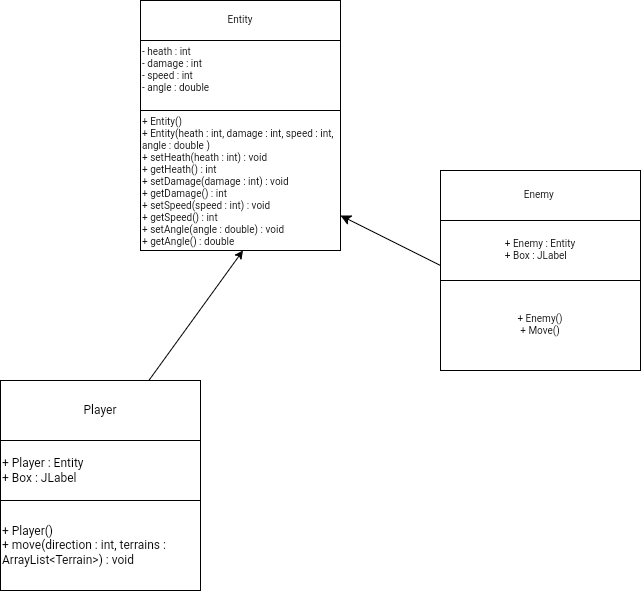
Anh39/Bomberman keeps this draw.io diagram as Guides/Class Diagram.drawio.png. Above is the earlier version. Source tidied: cells renumbered, new cells last; positions are measured from the earlier drawing's top-left corner, leaving out a move shared by most shapes.
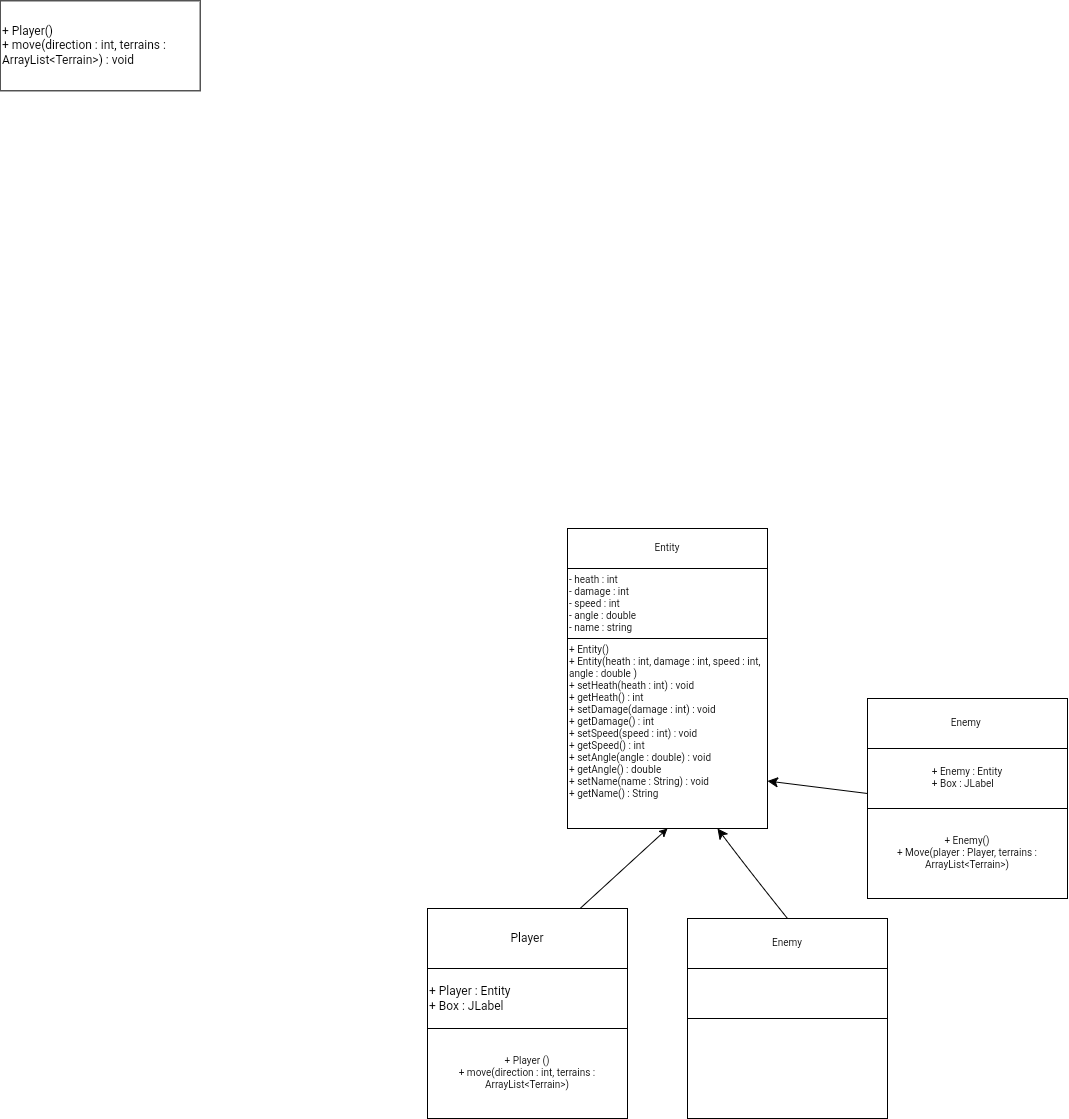
Later version of the same file.

The edit, as a diff of the source:
```diff
@@ -2,18 +2,17 @@
   <root>
     <mxCell id="0" />
     <mxCell id="1" parent="0" />
+    <mxCell id="4" style="rounded=0;whiteSpace=wrap;html=1;" parent="1" vertex="1">
+      <mxGeometry y="380" width="200" height="210" as="geometry" />
+    </mxCell>
     <mxCell id="2" style="rounded=0;whiteSpace=wrap;html=1;" parent="1" vertex="1">
       <mxGeometry x="440" y="170" width="200" height="200" as="geometry" />
     </mxCell>
-    <mxCell id="3" style="endArrow=classic;html=1;rounded=0;exitX=0.5;exitY=0;exitDx=0;exitDy=0;entryX=0.49;entryY=1.01;entryDx=0;entryDy=0;entryPerimeter=0;" parent="1" edge="1">
+    <mxCell id="3" style="endArrow=classic;html=1;rounded=0;exitX=0.5;exitY=0;exitDx=0;exitDy=0;entryX=0.5;entryY=1;entryDx=0;entryDy=0;" parent="1" edge="1" target="10">
       <mxGeometry relative="1" as="geometry">
         <mxPoint x="140" y="391.5" as="sourcePoint" />
-        <mxPoint x="242.5" y="250" as="targetPoint" />
       </mxGeometry>
     </mxCell>
-    <mxCell id="4" style="rounded=0;whiteSpace=wrap;html=1;" parent="1" vertex="1">
-      <mxGeometry y="400" width="200" height="190" as="geometry" />
-    </mxCell>
     <mxCell id="5" value="Player" style="rounded=0;whiteSpace=wrap;html=1;" parent="1" vertex="1">
       <mxGeometry y="380" width="200" height="60" as="geometry" />
     </mxCell>
@@ -21,7 +20,7 @@
       <mxGeometry y="440" width="200" height="60" as="geometry" />
     </mxCell>
     <mxCell id="7" value="+ Player()&lt;br&gt;+ move(direction : int, terrains : ArrayList&amp;lt;Terrain&amp;gt;) : void" style="rounded=0;whiteSpace=wrap;html=1;align=left;" parent="1" vertex="1">
-      <mxGeometry y="500" width="200" height="90" as="geometry" />
+      <mxGeometry x="-427.3" y="-527.7" width="200" height="90" as="geometry" />
     </mxCell>
     <mxCell id="8" style="rounded=0;whiteSpace=wrap;html=1;fontSize=10;" parent="1" vertex="1">
       <mxGeometry x="140" width="200" height="250" as="geometry" />
@@ -29,23 +28,45 @@
     <mxCell id="9" value="Entity" style="rounded=0;whiteSpace=wrap;html=1;fontSize=10;" parent="1" vertex="1">
       <mxGeometry x="140" width="200" height="40" as="geometry" />
     </mxCell>
-    <mxCell id="10" value="+ Entity()&lt;br&gt;+ Entity(heath : int, damage : int, speed : int, angle : double )&lt;br&gt;+ setHeath(heath : int) : void&lt;br&gt;+ getHeath() : int&lt;br&gt;+ setDamage(damage : int) : void&lt;br&gt;+ getDamage() : int&lt;br&gt;+ setSpeed(speed : int) : void&lt;br&gt;+ getSpeed() : int&lt;br&gt;+ setAngle(angle : double) : void&lt;br&gt;+ getAngle() : double&amp;nbsp;&lt;br&gt;&lt;div style=&quot;&quot;&gt;&lt;br&gt;&lt;/div&gt;" style="rounded=0;whiteSpace=wrap;html=1;fontSize=10;align=left;verticalAlign=top;" parent="1" vertex="1">
-      <mxGeometry x="140" y="110" width="200" height="140" as="geometry" />
+    <mxCell id="10" value="+ Entity()&lt;br&gt;+ Entity(heath : int, damage : int, speed : int, angle : double )&lt;br&gt;+ setHeath(heath : int) : void&lt;br&gt;+ getHeath() : int&lt;br&gt;+ setDamage(damage : int) : void&lt;br&gt;+ getDamage() : int&lt;br&gt;+ setSpeed(speed : int) : void&lt;br&gt;+ getSpeed() : int&lt;br&gt;+ setAngle(angle : double) : void&lt;br&gt;+ getAngle() : double&amp;nbsp;&lt;br&gt;+ setName(name : String) : void&lt;br&gt;+ getName() : String&lt;br&gt;&lt;div style=&quot;&quot;&gt;&lt;br&gt;&lt;/div&gt;" style="rounded=0;whiteSpace=wrap;html=1;fontSize=10;align=left;verticalAlign=top;" parent="1" vertex="1">
+      <mxGeometry x="140" y="110" width="200" height="190" as="geometry" />
     </mxCell>
-    <mxCell id="11" value="- heath : int&lt;br&gt;- damage : int&lt;br&gt;- speed : int&lt;br&gt;&lt;div style=&quot;&quot;&gt;&lt;span style=&quot;background-color: initial;&quot;&gt;- angle : double&amp;nbsp;&lt;/span&gt;&lt;/div&gt;" style="rounded=0;whiteSpace=wrap;html=1;fontSize=10;align=left;verticalAlign=top;" parent="1" vertex="1">
+    <mxCell id="11" value="- heath : int&lt;br&gt;- damage : int&lt;br&gt;- speed : int&lt;br&gt;&lt;div style=&quot;&quot;&gt;&lt;span style=&quot;background-color: initial;&quot;&gt;- angle : double&lt;/span&gt;&lt;/div&gt;&lt;div style=&quot;&quot;&gt;&lt;span style=&quot;background-color: initial;&quot;&gt;- name : string&lt;/span&gt;&lt;/div&gt;&lt;div style=&quot;&quot;&gt;&lt;span style=&quot;background-color: initial;&quot;&gt;&amp;nbsp;&lt;/span&gt;&lt;/div&gt;" style="rounded=0;whiteSpace=wrap;html=1;fontSize=10;align=left;verticalAlign=top;" parent="1" vertex="1">
       <mxGeometry x="140" y="40" width="200" height="70" as="geometry" />
     </mxCell>
     <mxCell id="12" value="+ Enemy : Entity&lt;br&gt;&lt;div style=&quot;text-align: left;&quot;&gt;&lt;span style=&quot;background-color: initial;&quot;&gt;+ Box : JLabel&lt;/span&gt;&lt;/div&gt;" style="rounded=0;whiteSpace=wrap;html=1;fontSize=10;" parent="1" vertex="1">
       <mxGeometry x="440" y="220" width="200" height="60" as="geometry" />
     </mxCell>
-    <mxCell id="13" value="+ Enemy()&lt;br&gt;+ Move()" style="rounded=0;whiteSpace=wrap;html=1;fontSize=10;" parent="1" vertex="1">
-      <mxGeometry x="440" y="280" width="200" height="90" as="geometry" />
-    </mxCell>
     <mxCell id="14" style="endArrow=classic;html=1;rounded=0;fontSize=10;startSize=8;endSize=8;curved=1;entryX=1;entryY=0.75;entryDx=0;entryDy=0;exitX=0;exitY=0.75;exitDx=0;exitDy=0;" parent="1" edge="1" source="12" target="10">
       <mxGeometry relative="1" as="geometry" />
     </mxCell>
     <mxCell id="15" value="Enemy&amp;nbsp;" style="rounded=0;whiteSpace=wrap;html=1;fontSize=10;" parent="1" vertex="1">
       <mxGeometry x="440" y="170" width="200" height="50" as="geometry" />
     </mxCell>
+    <mxCell id="13" value="+ Enemy()&lt;br&gt;+ Move(player : Player, terrains : ArrayList&amp;lt;Terrain&amp;gt;)" style="rounded=0;whiteSpace=wrap;html=1;fontSize=10;" parent="1" vertex="1">
+      <mxGeometry x="440" y="280" width="200" height="90" as="geometry" />
+    </mxCell>
+    <mxCell id="16" style="rounded=0;whiteSpace=wrap;html=1;fontSize=10;" parent="1" vertex="1">
+      <mxGeometry x="260" y="390" width="200" height="200" as="geometry" />
+    </mxCell>
+    <mxCell id="17" value="Enemy" style="rounded=0;whiteSpace=wrap;html=1;fontSize=10;" parent="1" vertex="1">
+      <mxGeometry x="260" y="390" width="200" height="50" as="geometry" />
+    </mxCell>
+    <mxCell id="18" style="rounded=0;whiteSpace=wrap;html=1;fontSize=10;" parent="1" vertex="1">
+      <mxGeometry x="260" y="440" width="200" height="50" as="geometry" />
+    </mxCell>
+    <mxCell id="19" style="rounded=0;whiteSpace=wrap;html=1;fontSize=10;" parent="1" vertex="1">
+      <mxGeometry x="260" y="490" width="200" height="100" as="geometry" />
+    </mxCell>
+    <mxCell id="20" style="endArrow=classic;html=1;rounded=0;fontSize=10;startSize=8;endSize=8;curved=1;entryX=0.75;entryY=1;entryDx=0;entryDy=0;exitX=0.5;exitY=0;exitDx=0;exitDy=0;" parent="1" edge="1" source="17" target="10">
+      <mxGeometry relative="1" as="geometry">
+        <Array as="points">
+          <mxPoint x="320" y="340" />
+        </Array>
+      </mxGeometry>
+    </mxCell>
+    <mxCell id="21" value="+ Player ()&lt;br&gt;+ move(direction : int, terrains : ArrayList&amp;lt;Terrain&amp;gt;)" style="rounded=0;whiteSpace=wrap;html=1;fontSize=10;" parent="1" vertex="1">
+      <mxGeometry y="500" width="200" height="90" as="geometry" />
+    </mxCell>
   </root>
 </mxGraphModel>
```
